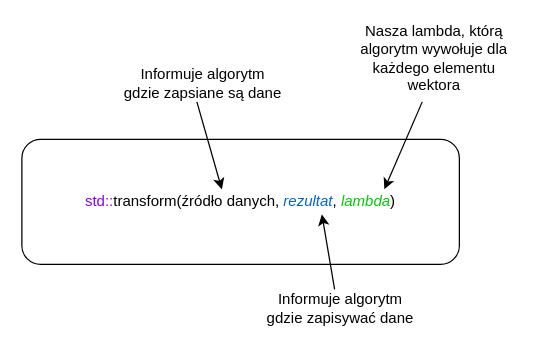
The draw.io diagram page "Strona-3" (3 of 3) of static/img/tutorials/course/intermediate/lambdas/Lambdas_pl.drawio in Cpp4You/CppLangNet, before the edit. Source tidied: cells renumbered, new cells numbered last; positions are measured from the earlier drawing's top-left corner, leaving out a move shared by most shapes. Both pictures are drawn from the tidied source at 125%, with x=0, y=0 at pixel (21, 39).
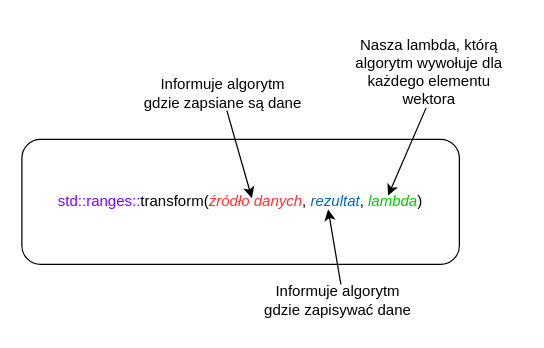
After the change.

Diff of the diagram source:
```diff
@@
 <mxGraphModel>
   <root>
     <mxCell id="0" />
     <mxCell id="1" parent="0" />
-    <mxCell id="2" value="&lt;font color=&quot;#7f00ff&quot;&gt;std::&lt;/font&gt;transform(źródło danych, &lt;i&gt;&lt;font color=&quot;#0066cc&quot;&gt;rezultat&lt;/font&gt;&lt;/i&gt;, &lt;i&gt;&lt;font color=&quot;#00cc00&quot;&gt;lambda&lt;/font&gt;&lt;/i&gt;)" style="rounded=1;whiteSpace=wrap;html=1;" parent="1" vertex="1">
+    <mxCell id="2" value="&lt;font color=&quot;#7f00ff&quot;&gt;std::ranges::&lt;/font&gt;transform(&lt;font color=&quot;#ff3333&quot;&gt;&lt;i&gt;źródło danych&lt;/i&gt;&lt;/font&gt;, &lt;i&gt;&lt;font color=&quot;#0066cc&quot;&gt;rezultat&lt;/font&gt;&lt;/i&gt;, &lt;i&gt;&lt;font color=&quot;#00cc00&quot;&gt;lambda&lt;/font&gt;&lt;/i&gt;)" style="rounded=1;whiteSpace=wrap;html=1;" parent="1" vertex="1">
       <mxGeometry y="80" width="350" height="100" as="geometry" />
     </mxCell>
     <mxCell id="3" style="curved=1;endArrow=classic;html=1;rounded=0;fontColor=#FF3333;" parent="1" edge="1">
       <mxGeometry relative="1" as="geometry">
-        <mxPoint x="250.2" y="200" as="sourcePoint" />
-        <mxPoint x="240" y="140" as="targetPoint" />
+        <mxPoint x="255.2" y="196" as="sourcePoint" />
+        <mxPoint x="245" y="136" as="targetPoint" />
       </mxGeometry>
     </mxCell>
     <mxCell id="4" style="curved=1;endArrow=classic;html=1;rounded=0;fontColor=#FF3333;" parent="1" edge="1">
       <mxGeometry relative="1" as="geometry">
-        <mxPoint x="140" y="50" as="sourcePoint" />
-        <mxPoint x="160" y="120" as="targetPoint" />
+        <mxPoint x="164" y="57" as="sourcePoint" />
+        <mxPoint x="184" y="127" as="targetPoint" />
       </mxGeometry>
     </mxCell>
     <mxCell id="5" style="curved=1;endArrow=classic;html=1;rounded=0;" parent="1" edge="1">
       <mxGeometry relative="1" as="geometry">
-        <mxPoint x="320.3" y="50" as="sourcePoint" />
-        <mxPoint x="290" y="120" as="targetPoint" />
+        <mxPoint x="323.3" y="55" as="sourcePoint" />
+        <mxPoint x="293" y="125" as="targetPoint" />
       </mxGeometry>
     </mxCell>
     <mxCell id="6" value="Informuje algorytm gdzie zapsiane są dane" style="text;html=1;strokeColor=none;fillColor=none;align=center;verticalAlign=middle;whiteSpace=wrap;rounded=0;" parent="1" vertex="1">
-      <mxGeometry x="80" y="20" width="130" height="30" as="geometry" />
+      <mxGeometry x="96" y="28" width="130" height="30" as="geometry" />
     </mxCell>
     <mxCell id="7" value="Nasza lambda, którą algorytm wywołuje dla każdego elementu wektora" style="text;html=1;strokeColor=none;fillColor=none;align=center;verticalAlign=middle;whiteSpace=wrap;rounded=0;" parent="1" vertex="1">
-      <mxGeometry x="260" width="140" height="30" as="geometry" />
+      <mxGeometry x="256" y="11" width="140" height="30" as="geometry" />
     </mxCell>
     <mxCell id="8" value="Informuje algorytm gdzie zapisywać dane" style="text;html=1;strokeColor=none;fillColor=none;align=center;verticalAlign=middle;whiteSpace=wrap;rounded=0;" parent="1" vertex="1">
-      <mxGeometry x="190" y="200" width="130" height="30" as="geometry" />
+      <mxGeometry x="188" y="194" width="130" height="30" as="geometry" />
     </mxCell>
   </root>
 </mxGraphModel>
```
